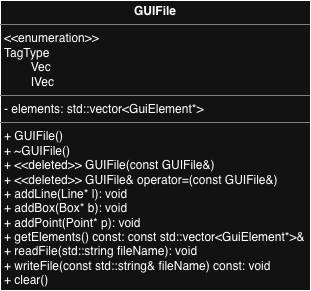
Before: images/Milestone003_UML.png, a diagram exported from draw.io (cgreen2048/ArtHuddle). Source tidied: cells renumbered, new cells last; positions are measured from the earlier drawing's top-left corner, leaving out a move shared by most shapes. The source it was exported from:
```xml
<mxGraphModel>
  <root>
    <mxCell id="0" />
    <mxCell id="1" parent="0" />
    <mxCell id="2" value="&lt;p style=&quot;margin:0px;margin-top:4px;text-align:center;&quot;&gt;&lt;b&gt;GUIFile&lt;/b&gt;&lt;/p&gt;&lt;hr size=&quot;1&quot; style=&quot;border-style:solid;&quot;&gt;&lt;p style=&quot;margin:0px;margin-left:4px;&quot;&gt;&amp;lt;&amp;lt;enumeration&amp;gt;&amp;gt;&lt;/p&gt;&lt;p style=&quot;margin:0px;margin-left:4px;&quot;&gt;TagType&lt;/p&gt;&lt;p style=&quot;margin:0px;margin-left:4px;&quot;&gt;&lt;span style=&quot;white-space: pre;&quot;&gt;&#9;&lt;/span&gt;Vec&lt;br&gt;&lt;/p&gt;&lt;p style=&quot;margin:0px;margin-left:4px;&quot;&gt;&lt;span style=&quot;white-space: pre;&quot;&gt;&#9;&lt;/span&gt;IVec&lt;/p&gt;&lt;hr size=&quot;1&quot; style=&quot;border-style: solid;&quot;&gt;&lt;p style=&quot;margin: 0px 0px 0px 4px;&quot;&gt;&lt;span style=&quot;background-color: transparent; color: light-dark(rgb(0, 0, 0), rgb(255, 255, 255));&quot;&gt;-&amp;nbsp;&lt;/span&gt;&lt;span style=&quot;background-color: transparent; color: light-dark(rgb(0, 0, 0), rgb(255, 255, 255));&quot;&gt;elements:&amp;nbsp;&lt;/span&gt;&lt;span style=&quot;background-color: transparent; color: light-dark(rgb(0, 0, 0), rgb(255, 255, 255));&quot;&gt;std::vector&amp;lt;GuiElement*&amp;gt;&amp;nbsp;&lt;/span&gt;&lt;/p&gt;&lt;hr size=&quot;1&quot; style=&quot;border-style:solid;&quot;&gt;&lt;p style=&quot;margin:0px;margin-left:4px;&quot;&gt;+ GUIFile()&lt;/p&gt;&lt;p style=&quot;margin:0px;margin-left:4px;&quot;&gt;+ ~&lt;span style=&quot;background-color: transparent; color: light-dark(rgb(0, 0, 0), rgb(255, 255, 255));&quot;&gt;GUIFile()&lt;/span&gt;&lt;/p&gt;&lt;p style=&quot;margin:0px;margin-left:4px;&quot;&gt;&lt;span style=&quot;background-color: transparent; color: light-dark(rgb(0, 0, 0), rgb(255, 255, 255));&quot;&gt;+ &amp;lt;&amp;lt;deleted&amp;gt;&amp;gt;&amp;nbsp;&lt;/span&gt;&lt;span style=&quot;background-color: transparent;&quot;&gt;GUIFile(const GUIFile&amp;amp;)&lt;/span&gt;&lt;/p&gt;&lt;p style=&quot;margin:0px;margin-left:4px;&quot;&gt;&lt;span style=&quot;background-color: transparent;&quot;&gt;+ &amp;lt;&amp;lt;deleted&amp;gt;&amp;gt;&amp;nbsp;&lt;/span&gt;&lt;span style=&quot;background-color: transparent;&quot;&gt;GUIFile&amp;amp; operator=(const GUIFile&amp;amp;)&lt;/span&gt;&lt;/p&gt;&lt;p style=&quot;margin:0px;margin-left:4px;&quot;&gt;+ addLine(Line* l)&lt;span style=&quot;background-color: transparent; color: light-dark(rgb(0, 0, 0), rgb(255, 255, 255));&quot;&gt;: void&lt;/span&gt;&lt;/p&gt;&lt;p style=&quot;margin:0px;margin-left:4px;&quot;&gt;&lt;span style=&quot;background-color: transparent; color: light-dark(rgb(0, 0, 0), rgb(255, 255, 255));&quot;&gt;+ addBox(Box* b)&lt;/span&gt;&lt;span style=&quot;background-color: transparent; color: light-dark(rgb(0, 0, 0), rgb(255, 255, 255));&quot;&gt;: void&lt;/span&gt;&lt;/p&gt;&lt;p style=&quot;margin:0px;margin-left:4px;&quot;&gt;&lt;span style=&quot;background-color: transparent; color: light-dark(rgb(0, 0, 0), rgb(255, 255, 255));&quot;&gt;+ addPoint(Point* p): void&lt;/span&gt;&lt;/p&gt;&lt;p style=&quot;margin:0px;margin-left:4px;&quot;&gt;+&amp;nbsp;getElements() const:&amp;nbsp;const std::vector&amp;lt;GuiElement*&amp;gt;&amp;amp;&lt;/p&gt;&lt;p style=&quot;margin:0px;margin-left:4px;&quot;&gt;+ readFile(std::string fileName): void&lt;/p&gt;&lt;p style=&quot;margin:0px;margin-left:4px;&quot;&gt;+&amp;nbsp;writeFile(const std::string&amp;amp; fileName) const: void&lt;/p&gt;&lt;p style=&quot;margin:0px;margin-left:4px;&quot;&gt;+ clear()&lt;/p&gt;&lt;p style=&quot;margin:0px;margin-left:4px;&quot;&gt;&lt;br&gt;&lt;/p&gt;" style="verticalAlign=top;align=left;overflow=fill;html=1;whiteSpace=wrap;" parent="1" vertex="1">
      <mxGeometry width="310" height="290" as="geometry" />
    </mxCell>
  </root>
</mxGraphModel>
```
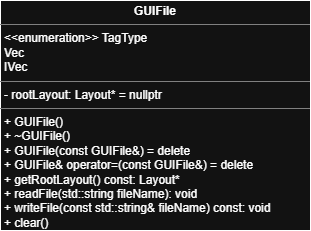
The same diagram one commit later.

Commit message:
Updated UML Diagram for GuiFile.

The edit, as a diff of the source:
```diff
@@ -2,8 +2,8 @@
   <root>
     <mxCell id="0" />
     <mxCell id="1" parent="0" />
-    <mxCell id="2" value="&lt;p style=&quot;margin:0px;margin-top:4px;text-align:center;&quot;&gt;&lt;b&gt;GUIFile&lt;/b&gt;&lt;/p&gt;&lt;hr size=&quot;1&quot; style=&quot;border-style:solid;&quot;&gt;&lt;p style=&quot;margin:0px;margin-left:4px;&quot;&gt;&amp;lt;&amp;lt;enumeration&amp;gt;&amp;gt;&lt;/p&gt;&lt;p style=&quot;margin:0px;margin-left:4px;&quot;&gt;TagType&lt;/p&gt;&lt;p style=&quot;margin:0px;margin-left:4px;&quot;&gt;&lt;span style=&quot;white-space: pre;&quot;&gt;&#9;&lt;/span&gt;Vec&lt;br&gt;&lt;/p&gt;&lt;p style=&quot;margin:0px;margin-left:4px;&quot;&gt;&lt;span style=&quot;white-space: pre;&quot;&gt;&#9;&lt;/span&gt;IVec&lt;/p&gt;&lt;hr size=&quot;1&quot; style=&quot;border-style: solid;&quot;&gt;&lt;p style=&quot;margin: 0px 0px 0px 4px;&quot;&gt;&lt;span style=&quot;background-color: transparent; color: light-dark(rgb(0, 0, 0), rgb(255, 255, 255));&quot;&gt;-&amp;nbsp;&lt;/span&gt;&lt;span style=&quot;background-color: transparent; color: light-dark(rgb(0, 0, 0), rgb(255, 255, 255));&quot;&gt;elements:&amp;nbsp;&lt;/span&gt;&lt;span style=&quot;background-color: transparent; color: light-dark(rgb(0, 0, 0), rgb(255, 255, 255));&quot;&gt;std::vector&amp;lt;GuiElement*&amp;gt;&amp;nbsp;&lt;/span&gt;&lt;/p&gt;&lt;hr size=&quot;1&quot; style=&quot;border-style:solid;&quot;&gt;&lt;p style=&quot;margin:0px;margin-left:4px;&quot;&gt;+ GUIFile()&lt;/p&gt;&lt;p style=&quot;margin:0px;margin-left:4px;&quot;&gt;+ ~&lt;span style=&quot;background-color: transparent; color: light-dark(rgb(0, 0, 0), rgb(255, 255, 255));&quot;&gt;GUIFile()&lt;/span&gt;&lt;/p&gt;&lt;p style=&quot;margin:0px;margin-left:4px;&quot;&gt;&lt;span style=&quot;background-color: transparent; color: light-dark(rgb(0, 0, 0), rgb(255, 255, 255));&quot;&gt;+ &amp;lt;&amp;lt;deleted&amp;gt;&amp;gt;&amp;nbsp;&lt;/span&gt;&lt;span style=&quot;background-color: transparent;&quot;&gt;GUIFile(const GUIFile&amp;amp;)&lt;/span&gt;&lt;/p&gt;&lt;p style=&quot;margin:0px;margin-left:4px;&quot;&gt;&lt;span style=&quot;background-color: transparent;&quot;&gt;+ &amp;lt;&amp;lt;deleted&amp;gt;&amp;gt;&amp;nbsp;&lt;/span&gt;&lt;span style=&quot;background-color: transparent;&quot;&gt;GUIFile&amp;amp; operator=(const GUIFile&amp;amp;)&lt;/span&gt;&lt;/p&gt;&lt;p style=&quot;margin:0px;margin-left:4px;&quot;&gt;+ addLine(Line* l)&lt;span style=&quot;background-color: transparent; color: light-dark(rgb(0, 0, 0), rgb(255, 255, 255));&quot;&gt;: void&lt;/span&gt;&lt;/p&gt;&lt;p style=&quot;margin:0px;margin-left:4px;&quot;&gt;&lt;span style=&quot;background-color: transparent; color: light-dark(rgb(0, 0, 0), rgb(255, 255, 255));&quot;&gt;+ addBox(Box* b)&lt;/span&gt;&lt;span style=&quot;background-color: transparent; color: light-dark(rgb(0, 0, 0), rgb(255, 255, 255));&quot;&gt;: void&lt;/span&gt;&lt;/p&gt;&lt;p style=&quot;margin:0px;margin-left:4px;&quot;&gt;&lt;span style=&quot;background-color: transparent; color: light-dark(rgb(0, 0, 0), rgb(255, 255, 255));&quot;&gt;+ addPoint(Point* p): void&lt;/span&gt;&lt;/p&gt;&lt;p style=&quot;margin:0px;margin-left:4px;&quot;&gt;+&amp;nbsp;getElements() const:&amp;nbsp;const std::vector&amp;lt;GuiElement*&amp;gt;&amp;amp;&lt;/p&gt;&lt;p style=&quot;margin:0px;margin-left:4px;&quot;&gt;+ readFile(std::string fileName): void&lt;/p&gt;&lt;p style=&quot;margin:0px;margin-left:4px;&quot;&gt;+&amp;nbsp;writeFile(const std::string&amp;amp; fileName) const: void&lt;/p&gt;&lt;p style=&quot;margin:0px;margin-left:4px;&quot;&gt;+ clear()&lt;/p&gt;&lt;p style=&quot;margin:0px;margin-left:4px;&quot;&gt;&lt;br&gt;&lt;/p&gt;" style="verticalAlign=top;align=left;overflow=fill;html=1;whiteSpace=wrap;" parent="1" vertex="1">
-      <mxGeometry width="310" height="290" as="geometry" />
+    <mxCell id="2" value="&lt;p style=&quot;margin:0px;margin-top:4px;text-align:center;&quot;&gt;&lt;b&gt;GUIFile&lt;/b&gt;&lt;/p&gt;&lt;hr size=&quot;1&quot; style=&quot;border-style:solid;&quot;&gt;&lt;p style=&quot;margin:0px;margin-left:4px;&quot;&gt;&amp;lt;&amp;lt;enumeration&amp;gt;&amp;gt;&amp;nbsp;&lt;span style=&quot;background-color: transparent; color: light-dark(rgb(0, 0, 0), rgb(255, 255, 255));&quot;&gt;TagType&lt;/span&gt;&lt;/p&gt;&lt;p style=&quot;margin:0px;margin-left:4px;&quot;&gt;Vec&lt;br&gt;&lt;/p&gt;&lt;p style=&quot;margin:0px;margin-left:4px;&quot;&gt;IVec&lt;/p&gt;&lt;hr size=&quot;1&quot; style=&quot;border-style: solid;&quot;&gt;&lt;p style=&quot;margin: 0px 0px 0px 4px;&quot;&gt;&lt;span style=&quot;background-color: transparent; color: light-dark(rgb(0, 0, 0), rgb(255, 255, 255));&quot;&gt;-&amp;nbsp;&lt;/span&gt;&lt;span style=&quot;background-color: transparent; color: light-dark(rgb(0, 0, 0), rgb(255, 255, 255));&quot;&gt;rootLayout:&amp;nbsp;&lt;/span&gt;&lt;span style=&quot;background-color: transparent; color: light-dark(rgb(0, 0, 0), rgb(255, 255, 255));&quot;&gt;Layout* = nullptr&lt;/span&gt;&lt;/p&gt;&lt;hr size=&quot;1&quot; style=&quot;border-style:solid;&quot;&gt;&lt;p style=&quot;margin:0px;margin-left:4px;&quot;&gt;+ GUIFile()&lt;/p&gt;&lt;p style=&quot;margin:0px;margin-left:4px;&quot;&gt;+ ~&lt;span style=&quot;background-color: transparent; color: light-dark(rgb(0, 0, 0), rgb(255, 255, 255));&quot;&gt;GUIFile()&lt;/span&gt;&lt;/p&gt;&lt;p style=&quot;margin:0px;margin-left:4px;&quot;&gt;&lt;span style=&quot;background-color: transparent; color: light-dark(rgb(0, 0, 0), rgb(255, 255, 255));&quot;&gt;+ &lt;/span&gt;&lt;span style=&quot;background-color: transparent;&quot;&gt;GUIFile(const GUIFile&amp;amp;) = delete&lt;/span&gt;&lt;/p&gt;&lt;p style=&quot;margin:0px;margin-left:4px;&quot;&gt;&lt;span style=&quot;background-color: transparent;&quot;&gt;+ &lt;/span&gt;&lt;span style=&quot;background-color: transparent;&quot;&gt;GUIFile&amp;amp; operator=(const GUIFile&amp;amp;) &lt;/span&gt;&lt;span style=&quot;background-color: transparent; color: light-dark(rgb(0, 0, 0), rgb(255, 255, 255));&quot;&gt;= delete&lt;/span&gt;&lt;/p&gt;&lt;p style=&quot;margin:0px;margin-left:4px;&quot;&gt;&lt;span style=&quot;background-color: transparent;&quot;&gt;+&amp;nbsp;&lt;/span&gt;&lt;span style=&quot;background-color: transparent;&quot;&gt;getRootLayout() const:&amp;nbsp;&lt;/span&gt;&lt;span style=&quot;background-color: transparent; color: light-dark(rgb(0, 0, 0), rgb(255, 255, 255));&quot;&gt;Layout*&lt;/span&gt;&lt;span style=&quot;background-color: transparent; color: light-dark(rgb(0, 0, 0), rgb(255, 255, 255));&quot;&gt;&amp;nbsp;&lt;/span&gt;&lt;/p&gt;&lt;p style=&quot;margin:0px;margin-left:4px;&quot;&gt;+ readFile(std::string fileName): void&lt;/p&gt;&lt;p style=&quot;margin:0px;margin-left:4px;&quot;&gt;+&amp;nbsp;writeFile(const std::string&amp;amp; fileName) const: void&lt;/p&gt;&lt;p style=&quot;margin:0px;margin-left:4px;&quot;&gt;+ clear()&lt;/p&gt;" style="verticalAlign=top;align=left;overflow=fill;html=1;whiteSpace=wrap;" parent="1" vertex="1">
+      <mxGeometry width="310" height="230" as="geometry" />
     </mxCell>
   </root>
 </mxGraphModel>
```
